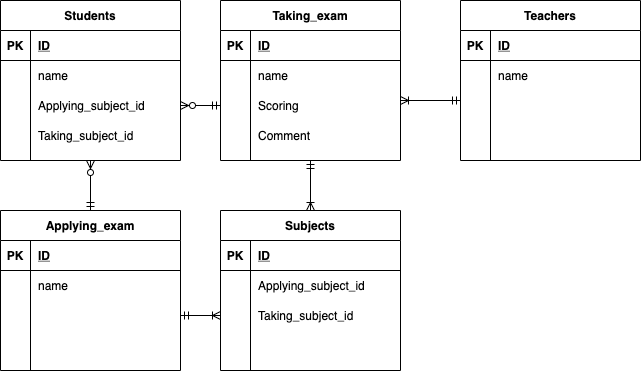
Above: index.drawio.png in ryuuho01/database_test (draw.io), before the change. Source tidied: cells renumbered, new cells last; positions are measured from the earlier drawing's top-left corner, leaving out a move shared by most shapes.
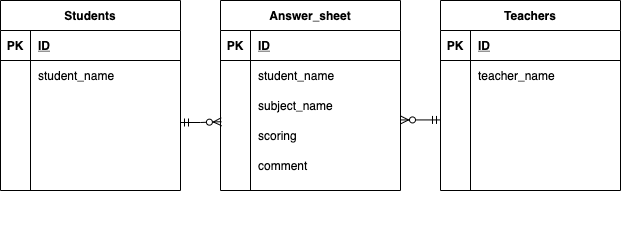
Later version of the same file.

Commit message:
演習３回目提出

The edit, as a diff of the source:
```diff
@@ -3,7 +3,7 @@
     <mxCell id="0" />
     <mxCell id="1" parent="0" />
     <mxCell id="2" value="Students" style="shape=table;startSize=30;rowLines=0;fontStyle=1;align=center;" parent="1" vertex="1">
-      <mxGeometry width="180" height="160" as="geometry" />
+      <mxGeometry width="180" height="190" as="geometry" />
     </mxCell>
     <mxCell id="3" style="shape=partialRectangle;fillColor=none;top=0;left=0;bottom=1;right=0;" parent="2" vertex="1">
       <mxGeometry y="30" width="180" height="30" as="geometry" />
@@ -14,17 +14,8 @@
     <mxCell id="5" value="ID" style="shape=partialRectangle;fillColor=none;top=0;left=0;bottom=0;right=0;align=left;spacingLeft=6;fontStyle=5;overflow=hidden;" parent="3" vertex="1">
       <mxGeometry x="30" width="150" height="30" as="geometry" />
     </mxCell>
-    <mxCell id="6" style="shape=partialRectangle;fillColor=none;top=0;left=0;bottom=0;right=0;" parent="2" vertex="1">
-      <mxGeometry y="60" width="180" height="30" as="geometry" />
-    </mxCell>
-    <mxCell id="7" style="shape=partialRectangle;fillColor=none;top=0;left=0;bottom=0;right=0;overflow=hidden;" parent="6" vertex="1">
-      <mxGeometry width="30" height="30" as="geometry" />
-    </mxCell>
-    <mxCell id="8" value="name" style="shape=partialRectangle;fillColor=none;top=0;left=0;bottom=0;right=0;align=left;spacingLeft=6;overflow=hidden;" parent="6" vertex="1">
-      <mxGeometry x="30" width="150" height="30" as="geometry" />
-    </mxCell>
     <mxCell id="9" style="shape=partialRectangle;fillColor=none;top=0;left=0;bottom=0;right=0;points=[[0,0.5],[1,0.5]];portConstraint=eastwest;" parent="2" vertex="1">
-      <mxGeometry y="90" width="180" height="30" as="geometry" />
+      <mxGeometry y="60" width="180" height="30" as="geometry" />
     </mxCell>
     <mxCell id="10" style="shape=partialRectangle;fillColor=none;top=0;left=0;bottom=0;right=0;overflow=hidden;" parent="9" vertex="1">
       <mxGeometry width="30" height="30" as="geometry" />
@@ -33,7 +24,7 @@
       <mxGeometry x="30" width="150" height="30" as="geometry" />
     </mxCell>
     <mxCell id="12" style="shape=partialRectangle;fillColor=none;top=0;left=0;bottom=0;right=0;" parent="2" vertex="1">
-      <mxGeometry y="120" width="180" height="30" as="geometry" />
+      <mxGeometry y="90" width="180" height="30" as="geometry" />
     </mxCell>
     <mxCell id="13" style="shape=partialRectangle;fillColor=none;top=0;left=0;bottom=0;right=0;overflow=hidden;" parent="12" vertex="1">
       <mxGeometry width="30" height="30" as="geometry" />
@@ -41,44 +32,8 @@
     <mxCell id="14" style="shape=partialRectangle;fillColor=none;top=0;left=0;bottom=0;right=0;align=left;spacingLeft=6;overflow=hidden;" parent="12" vertex="1">
       <mxGeometry x="30" width="150" height="30" as="geometry" />
     </mxCell>
-    <mxCell id="15" style="edgeStyle=orthogonalEdgeStyle;rounded=0;jettySize=auto;html=1;entryX=1;entryY=0.5;entryDx=0;entryDy=0;startArrow=ERoneToMany;startFill=0;endArrow=ERmandOne;endFill=0;exitX=0;exitY=0.5;exitDx=0;exitDy=0;" parent="1" edge="1" source="24" target="48">
-      <mxGeometry relative="1" as="geometry" />
-    </mxCell>
-    <mxCell id="16" style="edgeStyle=orthogonalEdgeStyle;rounded=0;jettySize=auto;html=1;entryX=0.5;entryY=1;entryDx=0;entryDy=0;endArrow=ERmandOne;endFill=0;startArrow=ERoneToMany;startFill=0;" parent="1" edge="1" source="17" target="55">
-      <mxGeometry relative="1" as="geometry" />
-    </mxCell>
-    <mxCell id="17" value="Subjects" style="shape=table;startSize=30;rowLines=0;fontStyle=1;align=center;" parent="1" vertex="1">
-      <mxGeometry x="220" y="210" width="180" height="160" as="geometry" />
-    </mxCell>
-    <mxCell id="18" style="shape=partialRectangle;fillColor=none;top=0;left=0;bottom=1;right=0;" parent="17" vertex="1">
-      <mxGeometry y="30" width="180" height="30" as="geometry" />
-    </mxCell>
-    <mxCell id="19" value="PK" style="shape=partialRectangle;fillColor=none;top=0;left=0;bottom=0;right=0;fontStyle=1;overflow=hidden;" parent="18" vertex="1">
-      <mxGeometry width="30" height="30" as="geometry" />
-    </mxCell>
-    <mxCell id="20" value="ID" style="shape=partialRectangle;fillColor=none;top=0;left=0;bottom=0;right=0;align=left;spacingLeft=6;fontStyle=5;overflow=hidden;" parent="18" vertex="1">
-      <mxGeometry x="30" width="150" height="30" as="geometry" />
-    </mxCell>
-    <mxCell id="21" style="shape=partialRectangle;fillColor=none;top=0;left=0;bottom=0;right=0;" parent="17" vertex="1">
-      <mxGeometry y="60" width="180" height="30" as="geometry" />
-    </mxCell>
-    <mxCell id="22" style="shape=partialRectangle;fillColor=none;top=0;left=0;bottom=0;right=0;overflow=hidden;" parent="21" vertex="1">
-      <mxGeometry width="30" height="30" as="geometry" />
-    </mxCell>
-    <mxCell id="23" value="Applying_subject_id" style="shape=partialRectangle;fillColor=none;top=0;left=0;bottom=0;right=0;align=left;spacingLeft=6;overflow=hidden;" parent="21" vertex="1">
-      <mxGeometry x="30" width="150" height="30" as="geometry" />
-    </mxCell>
-    <mxCell id="24" style="shape=partialRectangle;fillColor=none;top=0;left=0;bottom=0;right=0;points=[[0,0.5],[1,0.5]];portConstraint=eastwest;" parent="17" vertex="1">
-      <mxGeometry y="90" width="180" height="30" as="geometry" />
-    </mxCell>
-    <mxCell id="25" style="shape=partialRectangle;fillColor=none;top=0;left=0;bottom=0;right=0;overflow=hidden;" parent="24" vertex="1">
-      <mxGeometry width="30" height="30" as="geometry" />
-    </mxCell>
-    <mxCell id="26" value="Taking_subject_id" style="shape=partialRectangle;fillColor=none;top=0;left=0;bottom=0;right=0;align=left;spacingLeft=6;overflow=hidden;" parent="24" vertex="1">
-      <mxGeometry x="30" width="150" height="30" as="geometry" />
-    </mxCell>
     <mxCell id="27" value="Teachers" style="shape=table;startSize=30;rowLines=0;fontStyle=1;align=center;" parent="1" vertex="1">
-      <mxGeometry x="460" width="180" height="160" as="geometry" />
+      <mxGeometry x="440" width="180" height="190" as="geometry" />
     </mxCell>
     <mxCell id="28" style="shape=partialRectangle;fillColor=none;top=0;left=0;bottom=1;right=0;" parent="27" vertex="1">
       <mxGeometry y="30" width="180" height="30" as="geometry" />
@@ -95,7 +50,7 @@
     <mxCell id="32" style="shape=partialRectangle;fillColor=none;top=0;left=0;bottom=0;right=0;overflow=hidden;" parent="31" vertex="1">
       <mxGeometry width="30" height="30" as="geometry" />
     </mxCell>
-    <mxCell id="33" value="name" style="shape=partialRectangle;fillColor=none;top=0;left=0;bottom=0;right=0;align=left;spacingLeft=6;overflow=hidden;" parent="31" vertex="1">
+    <mxCell id="33" value="teacher_name" style="shape=partialRectangle;fillColor=none;top=0;left=0;bottom=0;right=0;align=left;spacingLeft=6;overflow=hidden;" parent="31" vertex="1">
       <mxGeometry x="30" width="150" height="30" as="geometry" />
     </mxCell>
     <mxCell id="34" style="shape=partialRectangle;fillColor=none;top=0;left=0;bottom=0;right=0;" parent="27" vertex="1">
@@ -116,56 +71,14 @@
     <mxCell id="39" style="shape=partialRectangle;fillColor=none;top=0;left=0;bottom=0;right=0;align=left;spacingLeft=6;overflow=hidden;" parent="37" vertex="1">
       <mxGeometry x="30" width="150" height="20" as="geometry" />
     </mxCell>
-    <mxCell id="40" style="edgeStyle=orthogonalEdgeStyle;rounded=0;jettySize=auto;html=1;entryX=0.5;entryY=1;entryDx=0;entryDy=0;endArrow=ERzeroToMany;endFill=1;startArrow=ERmandOne;startFill=0;" parent="1" edge="1" source="41" target="2">
-      <mxGeometry relative="1" as="geometry" />
-    </mxCell>
-    <mxCell id="41" value="Applying_exam" style="shape=table;startSize=30;rowLines=0;fontStyle=1;align=center;" parent="1" vertex="1">
-      <mxGeometry y="210" width="180" height="160" as="geometry" />
-    </mxCell>
-    <mxCell id="42" style="shape=partialRectangle;fillColor=none;top=0;left=0;bottom=1;right=0;" parent="41" vertex="1">
-      <mxGeometry y="30" width="180" height="30" as="geometry" />
-    </mxCell>
-    <mxCell id="43" value="PK" style="shape=partialRectangle;fillColor=none;top=0;left=0;bottom=0;right=0;fontStyle=1;overflow=hidden;" parent="42" vertex="1">
-      <mxGeometry width="30" height="30" as="geometry" />
-    </mxCell>
-    <mxCell id="44" value="ID" style="shape=partialRectangle;fillColor=none;top=0;left=0;bottom=0;right=0;align=left;spacingLeft=6;fontStyle=5;overflow=hidden;" parent="42" vertex="1">
-      <mxGeometry x="30" width="150" height="30" as="geometry" />
-    </mxCell>
-    <mxCell id="45" style="shape=partialRectangle;fillColor=none;top=0;left=0;bottom=0;right=0;" parent="41" vertex="1">
-      <mxGeometry y="60" width="180" height="30" as="geometry" />
-    </mxCell>
-    <mxCell id="46" style="shape=partialRectangle;fillColor=none;top=0;left=0;bottom=0;right=0;overflow=hidden;" parent="45" vertex="1">
-      <mxGeometry width="30" height="30" as="geometry" />
-    </mxCell>
-    <mxCell id="47" value="name" style="shape=partialRectangle;fillColor=none;top=0;left=0;bottom=0;right=0;align=left;spacingLeft=6;overflow=hidden;" parent="45" vertex="1">
-      <mxGeometry x="30" width="150" height="30" as="geometry" />
-    </mxCell>
-    <mxCell id="48" style="shape=partialRectangle;fillColor=none;top=0;left=0;bottom=0;right=0;points=[[0,0.5],[1,0.5]];portConstraint=eastwest;" parent="41" vertex="1">
-      <mxGeometry y="90" width="180" height="30" as="geometry" />
-    </mxCell>
-    <mxCell id="49" style="shape=partialRectangle;fillColor=none;top=0;left=0;bottom=0;right=0;overflow=hidden;" parent="48" vertex="1">
-      <mxGeometry width="30" height="30" as="geometry" />
-    </mxCell>
-    <mxCell id="50" style="shape=partialRectangle;fillColor=none;top=0;left=0;bottom=0;right=0;align=left;spacingLeft=6;overflow=hidden;" parent="48" vertex="1">
-      <mxGeometry x="30" width="150" height="30" as="geometry" />
-    </mxCell>
-    <mxCell id="51" style="shape=partialRectangle;fillColor=none;top=0;left=0;bottom=0;right=0;" parent="41" vertex="1">
-      <mxGeometry y="120" width="180" height="30" as="geometry" />
-    </mxCell>
-    <mxCell id="52" style="shape=partialRectangle;fillColor=none;top=0;left=0;bottom=0;right=0;overflow=hidden;" parent="51" vertex="1">
-      <mxGeometry width="30" height="30" as="geometry" />
-    </mxCell>
-    <mxCell id="53" style="shape=partialRectangle;fillColor=none;top=0;left=0;bottom=0;right=0;align=left;spacingLeft=6;overflow=hidden;" parent="51" vertex="1">
-      <mxGeometry x="30" width="150" height="30" as="geometry" />
-    </mxCell>
-    <mxCell id="54" style="edgeStyle=orthogonalEdgeStyle;rounded=0;orthogonalLoop=1;jettySize=auto;html=1;startArrow=ERoneToMany;startFill=0;endArrow=ERmandOne;endFill=0;" parent="1" edge="1">
+    <mxCell id="54" style="edgeStyle=orthogonalEdgeStyle;rounded=0;orthogonalLoop=1;jettySize=auto;html=1;startArrow=ERzeroToMany;startFill=1;endArrow=ERmandOne;endFill=0;" parent="1" edge="1">
       <mxGeometry relative="1" as="geometry">
-        <mxPoint x="400" y="100" as="sourcePoint" />
-        <mxPoint x="460" y="100" as="targetPoint" />
+        <mxPoint x="400" y="119.4" as="sourcePoint" />
+        <mxPoint x="440" y="119.4" as="targetPoint" />
       </mxGeometry>
     </mxCell>
-    <mxCell id="55" value="Taking_exam" style="shape=table;startSize=30;rowLines=0;fontStyle=1;align=center;" parent="1" vertex="1">
-      <mxGeometry x="220" width="180" height="160" as="geometry" />
+    <mxCell id="55" value="Answer_sheet" style="shape=table;startSize=30;rowLines=0;fontStyle=1;align=center;" parent="1" vertex="1">
+      <mxGeometry x="220" width="180" height="190" as="geometry" />
     </mxCell>
     <mxCell id="56" style="shape=partialRectangle;fillColor=none;top=0;left=0;bottom=1;right=0;" parent="55" vertex="1">
       <mxGeometry y="30" width="180" height="30" as="geometry" />
@@ -182,11 +95,16 @@
     <mxCell id="60" style="shape=partialRectangle;fillColor=none;top=0;left=0;bottom=0;right=0;overflow=hidden;" parent="59" vertex="1">
       <mxGeometry width="30" height="30" as="geometry" />
     </mxCell>
-    <mxCell id="61" value="name" style="shape=partialRectangle;fillColor=none;top=0;left=0;bottom=0;right=0;align=left;spacingLeft=6;overflow=hidden;" parent="59" vertex="1">
+    <mxCell id="61" value="student_name" style="shape=partialRectangle;fillColor=none;top=0;left=0;bottom=0;right=0;align=left;spacingLeft=6;overflow=hidden;" parent="59" vertex="1">
       <mxGeometry x="30" width="150" height="30" as="geometry" />
     </mxCell>
-    <mxCell id="62" style="edgeStyle=orthogonalEdgeStyle;rounded=0;jettySize=auto;html=1;startArrow=ERmandOne;startFill=0;endArrow=ERzeroToMany;endFill=1;exitX=0;exitY=0.5;exitDx=0;exitDy=0;" parent="1" edge="1" source="63" target="9">
-      <mxGeometry relative="1" as="geometry" />
+    <mxCell id="62" style="edgeStyle=orthogonalEdgeStyle;rounded=0;jettySize=auto;html=1;startArrow=ERmandOne;startFill=0;endArrow=ERzeroToMany;endFill=1;entryX=0.005;entryY=0.04;entryDx=0;entryDy=0;entryPerimeter=0;" parent="1" edge="1" target="66">
+      <mxGeometry relative="1" as="geometry">
+        <mxPoint x="180" y="122" as="sourcePoint" />
+        <Array as="points">
+          <mxPoint x="200" y="122" />
+        </Array>
+      </mxGeometry>
     </mxCell>
     <mxCell id="63" style="shape=partialRectangle;fillColor=none;top=0;left=0;bottom=0;right=0;points=[[0,0.5],[1,0.5]];portConstraint=eastwest;" parent="1" vertex="1">
       <mxGeometry x="220" y="90" width="180" height="30" as="geometry" />
@@ -194,7 +112,7 @@
     <mxCell id="64" style="shape=partialRectangle;fillColor=none;top=0;left=0;bottom=0;right=0;overflow=hidden;" parent="63" vertex="1">
       <mxGeometry width="30" height="30" as="geometry" />
     </mxCell>
-    <mxCell id="65" value="Scoring" style="shape=partialRectangle;fillColor=none;top=0;left=0;bottom=0;right=0;align=left;spacingLeft=6;overflow=hidden;" parent="63" vertex="1">
+    <mxCell id="65" value="subject_name" style="shape=partialRectangle;fillColor=none;top=0;left=0;bottom=0;right=0;align=left;spacingLeft=6;overflow=hidden;" parent="63" vertex="1">
       <mxGeometry x="30" width="150" height="30" as="geometry" />
     </mxCell>
     <mxCell id="66" style="shape=partialRectangle;fillColor=none;top=0;left=0;bottom=0;right=0;points=[[0,0.5],[1,0.5]];portConstraint=eastwest;" parent="1" vertex="1">
@@ -203,26 +121,35 @@
     <mxCell id="67" style="shape=partialRectangle;fillColor=none;top=0;left=0;bottom=0;right=0;overflow=hidden;" parent="66" vertex="1">
       <mxGeometry width="30" height="30" as="geometry" />
     </mxCell>
-    <mxCell id="68" value="Comment" style="shape=partialRectangle;fillColor=none;top=0;left=0;bottom=0;right=0;align=left;spacingLeft=6;overflow=hidden;" parent="66" vertex="1">
+    <mxCell id="68" value="scoring" style="shape=partialRectangle;fillColor=none;top=0;left=0;bottom=0;right=0;align=left;spacingLeft=6;overflow=hidden;" parent="66" vertex="1">
       <mxGeometry x="30" width="150" height="30" as="geometry" />
     </mxCell>
-    <mxCell id="69" style="shape=partialRectangle;fillColor=none;top=0;left=0;bottom=0;right=0;" parent="1" vertex="1">
-      <mxGeometry y="90" width="180" height="30" as="geometry" />
-    </mxCell>
-    <mxCell id="70" style="shape=partialRectangle;fillColor=none;top=0;left=0;bottom=0;right=0;overflow=hidden;" parent="69" vertex="1">
-      <mxGeometry width="30" height="30" as="geometry" />
-    </mxCell>
-    <mxCell id="71" value="Applying_subject_id" style="shape=partialRectangle;fillColor=none;top=0;left=0;bottom=0;right=0;align=left;spacingLeft=6;overflow=hidden;" parent="69" vertex="1">
-      <mxGeometry x="30" width="150" height="30" as="geometry" />
-    </mxCell>
-    <mxCell id="72" style="shape=partialRectangle;fillColor=none;top=0;left=0;bottom=0;right=0;" parent="1" vertex="1">
-      <mxGeometry y="120" width="180" height="30" as="geometry" />
-    </mxCell>
-    <mxCell id="73" style="shape=partialRectangle;fillColor=none;top=0;left=0;bottom=0;right=0;overflow=hidden;" parent="72" vertex="1">
-      <mxGeometry width="30" height="30" as="geometry" />
-    </mxCell>
-    <mxCell id="74" value="Taking_subject_id" style="shape=partialRectangle;fillColor=none;top=0;left=0;bottom=0;right=0;align=left;spacingLeft=6;overflow=hidden;" parent="72" vertex="1">
-      <mxGeometry x="30" width="150" height="30" as="geometry" />
-    </mxCell>
+    <mxCell id="75" style="shape=partialRectangle;fillColor=none;top=0;left=0;bottom=0;right=0;" parent="1" vertex="1">
+      <mxGeometry y="60" width="180" height="30" as="geometry" />
+    </mxCell>
+    <mxCell id="76" style="shape=partialRectangle;fillColor=none;top=0;left=0;bottom=0;right=0;overflow=hidden;" parent="75" vertex="1">
+      <mxGeometry width="30" height="30" as="geometry" />
+    </mxCell>
+    <mxCell id="77" value="student_name" style="shape=partialRectangle;fillColor=none;top=0;left=0;bottom=0;right=0;align=left;spacingLeft=6;overflow=hidden;" parent="75" vertex="1">
+      <mxGeometry x="30" width="150" height="30" as="geometry" />
+    </mxCell>
+    <mxCell id="78" style="shape=partialRectangle;fillColor=none;top=0;left=0;bottom=0;right=0;direction=south;" parent="1" vertex="1">
+      <mxGeometry x="75" y="45" width="30" height="180" as="geometry" />
+    </mxCell>
+    <mxCell id="79" style="shape=partialRectangle;fillColor=none;top=0;left=0;bottom=0;right=0;overflow=hidden;" parent="78" vertex="1">
+      <mxGeometry width="30" height="30" as="geometry" />
+    </mxCell>
+    <mxCell id="80" style="shape=partialRectangle;fillColor=none;top=0;left=0;bottom=0;right=0;align=left;spacingLeft=6;overflow=hidden;" parent="78" vertex="1">
+      <mxGeometry x="30" width="150" height="30" as="geometry" />
+    </mxCell>
+    <mxCell id="81" style="shape=partialRectangle;fillColor=none;top=0;left=0;bottom=0;right=0;" parent="1" vertex="1">
+      <mxGeometry x="220" y="150" width="180" height="30" as="geometry" />
+    </mxCell>
+    <mxCell id="82" style="shape=partialRectangle;fillColor=none;top=0;left=0;bottom=0;right=0;overflow=hidden;" parent="81" vertex="1">
+      <mxGeometry width="30" height="30" as="geometry" />
+    </mxCell>
+    <mxCell id="83" value="comment" style="shape=partialRectangle;fillColor=none;top=0;left=0;bottom=0;right=0;align=left;spacingLeft=6;overflow=hidden;" parent="81" vertex="1">
+      <mxGeometry x="30" width="150" height="30" as="geometry" />
+    </mxCell>
   </root>
 </mxGraphModel>
```
